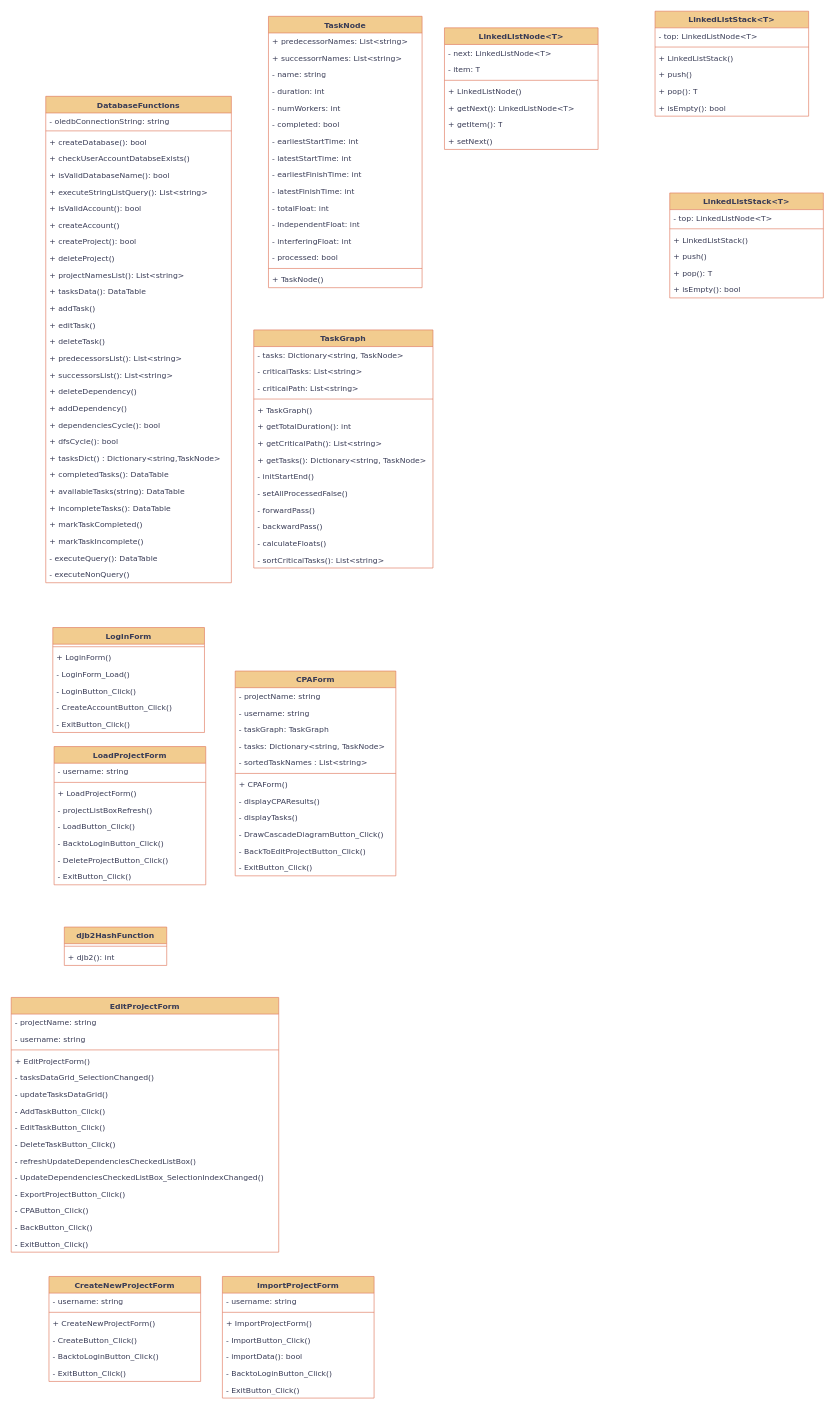
This is page "UMLClassDiagram" (1 of 4) of Diagrams.drawio from Senacen/Critical-Path-Project-Manager-NEA-MS-Access, a draw.io file, before an edit. Source tidied: cells renumbered, new cells numbered last; positions are measured from the earlier drawing's top-left corner, leaving out a move shared by most shapes. Both pictures are drawn from the tidied source at 64%, with x=0, y=0 at pixel (11, 11).
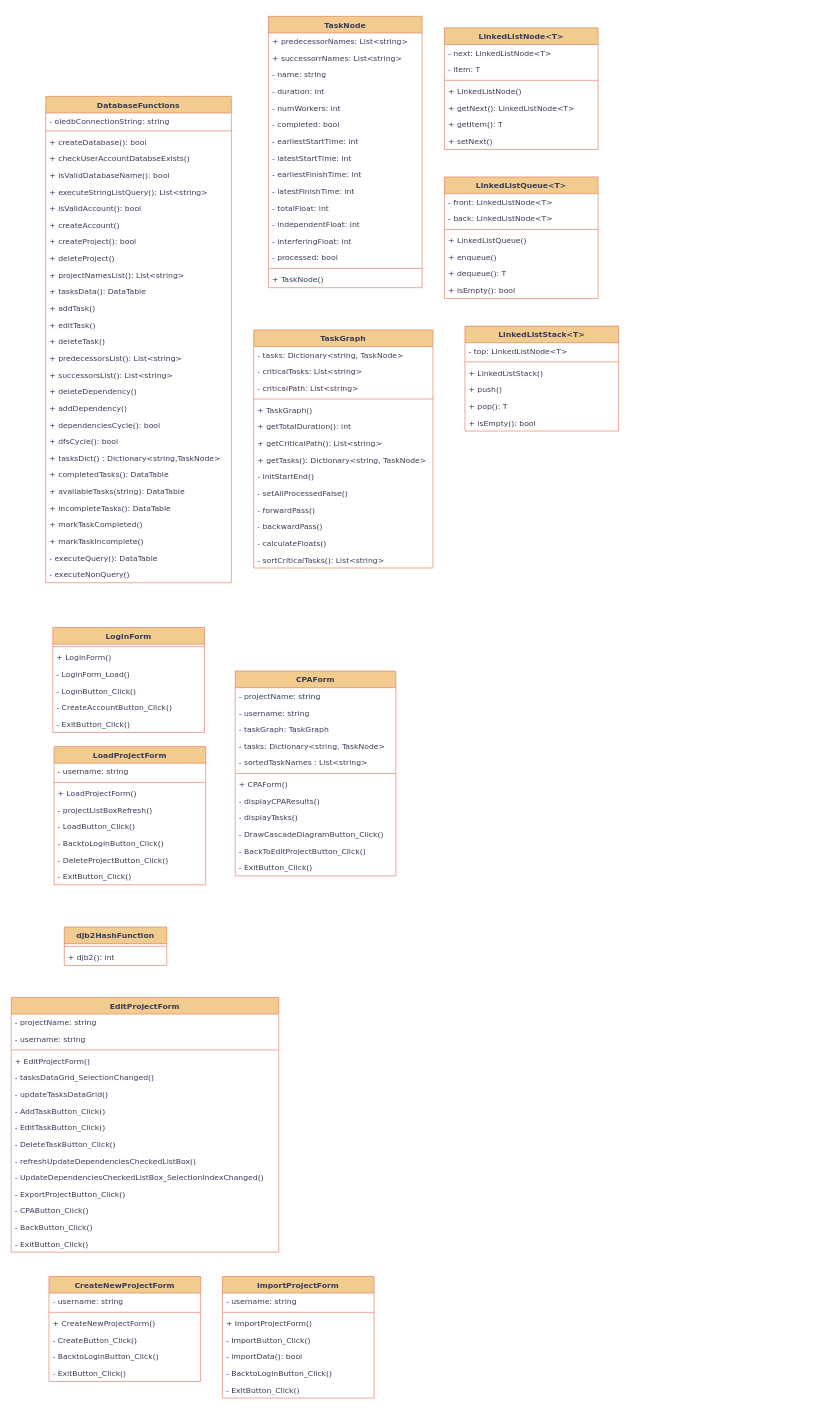
The same page after the edit.

Diff of the diagram source:
```diff
@@
     <mxCell id="135" value="LinkedListStack&amp;lt;T&amp;gt;" style="swimlane;fontStyle=1;align=center;verticalAlign=top;horizontal=1;startSize=26;whiteSpace=wrap;html=1;strokeColor=#E07A5F;fontColor=#393C56;fillColor=#F2CC8F;fontFamily=Verdana;labelBackgroundColor=none;" parent="1" vertex="1">
-      <mxGeometry x="1006" width="240" height="164" as="geometry" />
+      <mxGeometry x="709" y="492" width="240" height="164" as="geometry" />
     </mxCell>
@@
-    <mxCell id="142" value="LinkedListStack&amp;lt;T&amp;gt;" style="swimlane;fontStyle=1;align=center;verticalAlign=top;horizontal=1;startSize=26;whiteSpace=wrap;html=1;strokeColor=#E07A5F;fontColor=#393C56;fillColor=#F2CC8F;fontFamily=Verdana;labelBackgroundColor=none;" parent="1" vertex="1">
-      <mxGeometry x="1029" y="284" width="240" height="164" as="geometry" />
+    <mxCell id="142" value="LinkedListQueue&amp;lt;T&amp;gt;" style="swimlane;fontStyle=1;align=center;verticalAlign=top;horizontal=1;startSize=26;whiteSpace=wrap;html=1;strokeColor=#E07A5F;fontColor=#393C56;fillColor=#F2CC8F;fontFamily=Verdana;labelBackgroundColor=none;" parent="1" vertex="1">
+      <mxGeometry x="677" y="259" width="240" height="190" as="geometry" />
     </mxCell>
-    <mxCell id="143" value="- top: LinkedListNode&amp;lt;T&amp;gt;" style="text;strokeColor=none;fillColor=none;align=left;verticalAlign=top;spacingLeft=4;spacingRight=4;overflow=hidden;whiteSpace=wrap;html=1;fontColor=#393C56;fontFamily=Verdana;labelBackgroundColor=none;" parent="142" vertex="1">
+    <mxCell id="143" value="- front: LinkedListNode&amp;lt;T&amp;gt;" style="text;strokeColor=none;fillColor=none;align=left;verticalAlign=top;spacingLeft=4;spacingRight=4;overflow=hidden;whiteSpace=wrap;html=1;fontColor=#393C56;fontFamily=Verdana;labelBackgroundColor=none;" parent="142" vertex="1">
       <mxGeometry y="26" width="240" height="26" as="geometry" />
     </mxCell>
+    <mxCell id="149" value="- back: LinkedListNode&amp;lt;T&amp;gt;" style="text;strokeColor=none;fillColor=none;align=left;verticalAlign=top;spacingLeft=4;spacingRight=4;overflow=hidden;whiteSpace=wrap;html=1;fontColor=#393C56;fontFamily=Verdana;labelBackgroundColor=none;" parent="142" vertex="1">
+      <mxGeometry y="52" width="240" height="26" as="geometry" />
+    </mxCell>
     <mxCell id="144" style="line;strokeWidth=1;fillColor=none;align=left;verticalAlign=middle;spacingTop=-1;spacingLeft=3;spacingRight=3;labelPosition=right;strokeColor=inherit;" parent="142" vertex="1">
-      <mxGeometry y="52" width="240" height="8" as="geometry" />
+      <mxGeometry y="78" width="240" height="8" as="geometry" />
     </mxCell>
-    <mxCell id="145" value="+ LinkedListStack()" style="text;strokeColor=none;fillColor=none;align=left;verticalAlign=top;spacingLeft=4;spacingRight=4;overflow=hidden;whiteSpace=wrap;html=1;fontColor=#393C56;fontFamily=Verdana;labelBackgroundColor=none;" parent="142" vertex="1">
-      <mxGeometry y="60" width="240" height="26" as="geometry" />
+    <mxCell id="145" value="+ LinkedListQueue()" style="text;strokeColor=none;fillColor=none;align=left;verticalAlign=top;spacingLeft=4;spacingRight=4;overflow=hidden;whiteSpace=wrap;html=1;fontColor=#393C56;fontFamily=Verdana;labelBackgroundColor=none;" parent="142" vertex="1">
+      <mxGeometry y="86" width="240" height="26" as="geometry" />
     </mxCell>
-    <mxCell id="146" value="+ push()" style="text;strokeColor=none;fillColor=none;align=left;verticalAlign=top;spacingLeft=4;spacingRight=4;overflow=hidden;whiteSpace=wrap;html=1;fontColor=#393C56;fontFamily=Verdana;labelBackgroundColor=none;" parent="142" vertex="1">
-      <mxGeometry y="86" width="240" height="26" as="geometry" />
+    <mxCell id="146" value="+ enqueue()" style="text;strokeColor=none;fillColor=none;align=left;verticalAlign=top;spacingLeft=4;spacingRight=4;overflow=hidden;whiteSpace=wrap;html=1;fontColor=#393C56;fontFamily=Verdana;labelBackgroundColor=none;" parent="142" vertex="1">
+      <mxGeometry y="112" width="240" height="26" as="geometry" />
     </mxCell>
-    <mxCell id="147" value="+ pop(): T" style="text;strokeColor=none;fillColor=none;align=left;verticalAlign=top;spacingLeft=4;spacingRight=4;overflow=hidden;whiteSpace=wrap;html=1;fontColor=#393C56;fontFamily=Verdana;labelBackgroundColor=none;" parent="142" vertex="1">
-      <mxGeometry y="112" width="240" height="26" as="geometry" />
+    <mxCell id="147" value="+ dequeue(): T" style="text;strokeColor=none;fillColor=none;align=left;verticalAlign=top;spacingLeft=4;spacingRight=4;overflow=hidden;whiteSpace=wrap;html=1;fontColor=#393C56;fontFamily=Verdana;labelBackgroundColor=none;" parent="142" vertex="1">
+      <mxGeometry y="138" width="240" height="26" as="geometry" />
     </mxCell>
     <mxCell id="148" value="+ isEmpty(): bool" style="text;strokeColor=none;fillColor=none;align=left;verticalAlign=top;spacingLeft=4;spacingRight=4;overflow=hidden;whiteSpace=wrap;html=1;fontColor=#393C56;fontFamily=Verdana;labelBackgroundColor=none;" parent="142" vertex="1">
-      <mxGeometry y="138" width="240" height="26" as="geometry" />
+      <mxGeometry y="164" width="240" height="26" as="geometry" />
     </mxCell>
```
